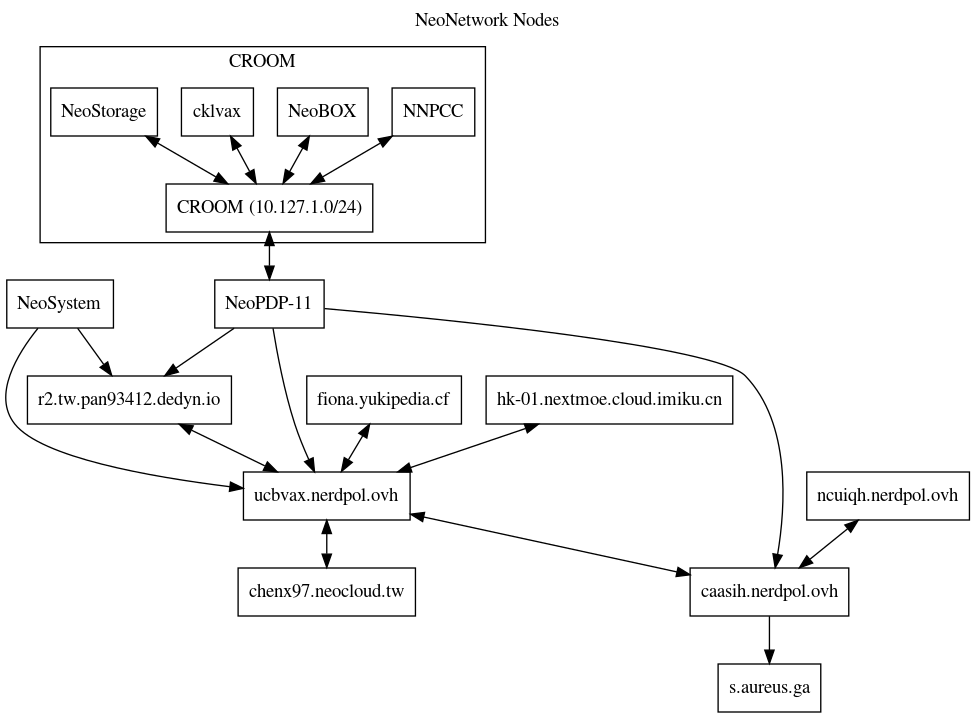
This is nodes.png from NeoCloud/NeoNetwork, a Graphviz export, as it was before one commit. Its source is kept beside it as nodes.dot.
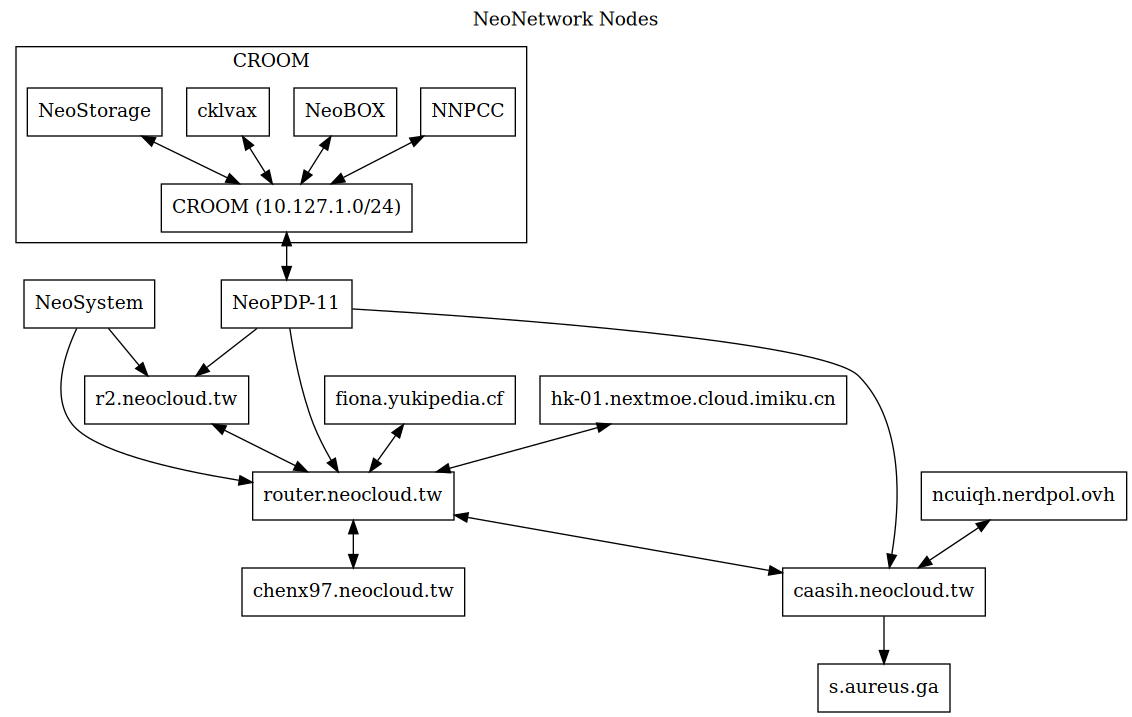
After the commit.

Commit message:
Updated connection graph

What changed in the source:
```diff
@@ -4,17 +4,17 @@
 	label="NeoNetwork Nodes";
 	rankdir=TD
 	node [shape=box]
-	c [label="caasih.nerdpol.ovh"]
-	ucbvax [label="ucbvax.nerdpol.ovh"]
+	c [label="caasih.neocloud.tw"]
+	ucbvax [label="router.neocloud.tw"]
 	np11 [label="NeoPDP-11"]
 	croom [label="CROOM (10.127.1.0/24)"]
 	ns [label="NeoSystem"]
 	ncuiqh [label="ncuiqh.nerdpol.ovh"]
 	fionaLHS [label="fiona.yukipedia.cf"]
-	pan [label="r2.tw.pan93412.dedyn.io"]
+	pan [label="r2.neocloud.tw"]
         icecat_Explosion [label="hk-01.nextmoe.cloud.imiku.cn"]
 	staph [label="s.aureus.ga"]
-    chenx97 [label="chenx97.neocloud.tw"]
+	chenx97 [label="chenx97.neocloud.tw"]
 
 	subgraph cluster_croom {
 		label = "CROOM";
```
